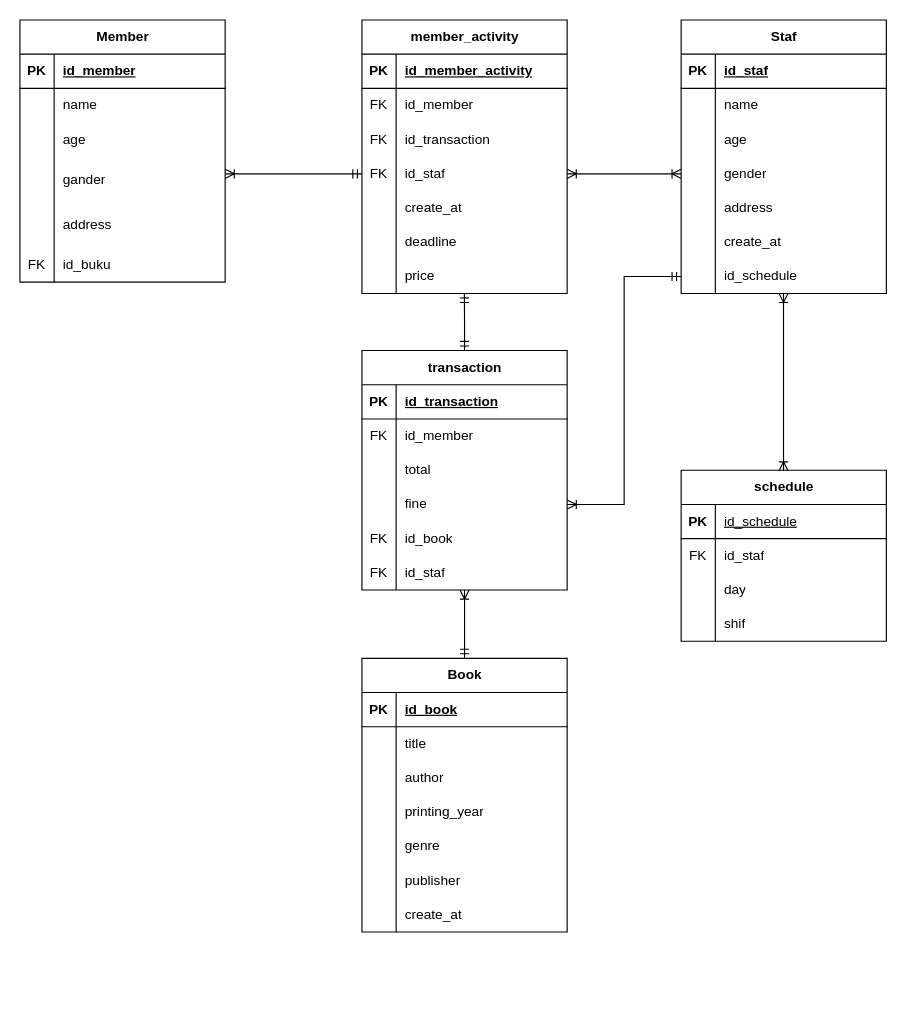
Earlier version of the draw.io diagram _Backend/Diagram Tanpa Judul.drawio (Haresz/_PURWADHIKA). Source tidied: cells renumbered, new cells numbered last; positions are measured from the earlier drawing's top-left corner, leaving out a move shared by most shapes. Both pictures are drawn from the tidied source at 114%, with x=0, y=0 at pixel (19, 19).
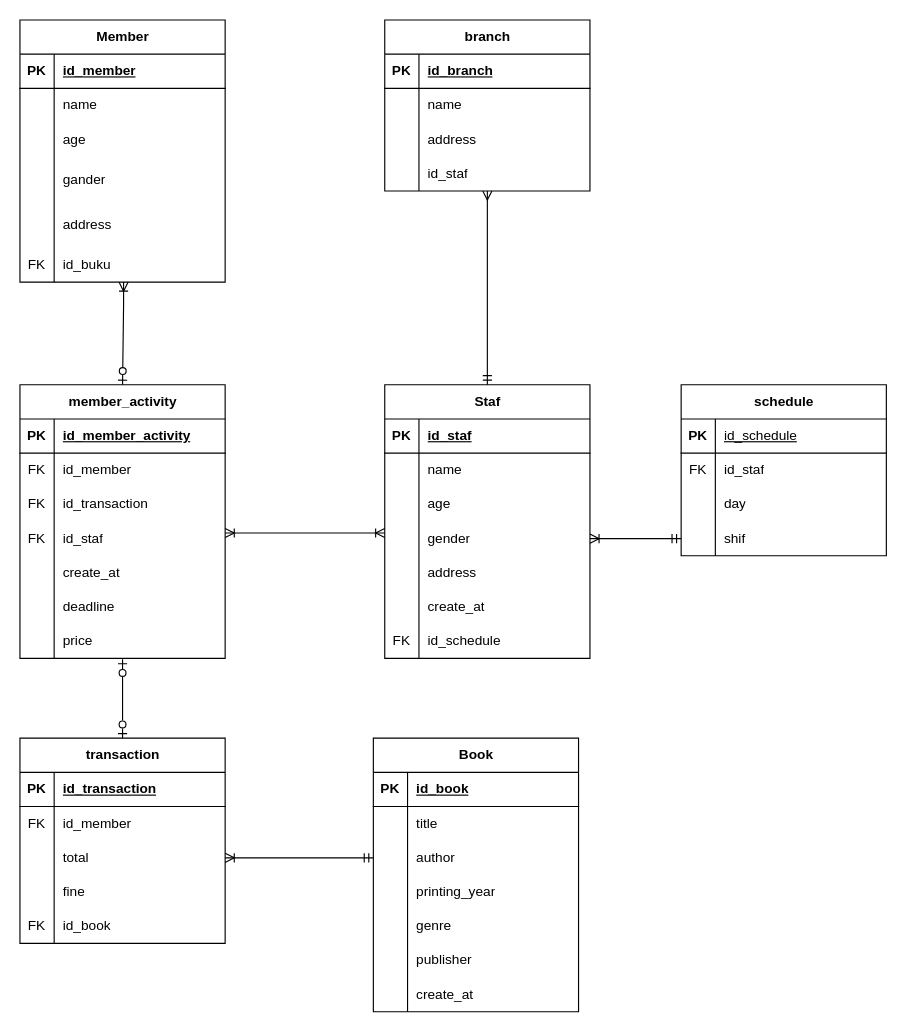
The same diagram, later.

The change refers to these unchanged cells:
```xml
<mxCell id="12" style="shape=tableRow;horizontal=0;startSize=0;swimlaneHead=0;swimlaneBody=0;fillColor=none;points=[[0,0.5],[1,0.5]];portConstraint=eastwest;top=0;left=0;right=0;bottom=0;" parent="2" vertex="1">
  <mxGeometry y="120" width="180" height="40" as="geometry" />
</mxCell>
<mxCell id="18" style="shape=tableRow;horizontal=0;startSize=0;swimlaneHead=0;swimlaneBody=0;fillColor=none;points=[[0,0.5],[1,0.5]];portConstraint=eastwest;top=0;left=0;right=0;bottom=0;" parent="2" vertex="1">
  <mxGeometry y="200" width="180" height="30" as="geometry" />
</mxCell>
<mxCell id="32" style="shape=tableRow;horizontal=0;startSize=0;swimlaneHead=0;swimlaneBody=0;fillColor=none;points=[[0,0.5],[1,0.5]];portConstraint=eastwest;top=0;left=0;right=0;bottom=0;" parent="25" vertex="1">
  <mxGeometry y="90" width="180" height="30" as="geometry" />
</mxCell>
<mxCell id="57" style="shape=tableRow;horizontal=0;startSize=0;swimlaneHead=0;swimlaneBody=0;fillColor=none;points=[[0,0.5],[1,0.5]];portConstraint=eastwest;top=0;left=0;right=0;bottom=0;" parent="47" vertex="1">
  <mxGeometry y="120" width="180" height="30" as="geometry" />
</mxCell>
<mxCell id="66" style="shape=tableRow;horizontal=0;startSize=0;swimlaneHead=0;swimlaneBody=0;fillColor=none;points=[[0,0.5],[1,0.5]];portConstraint=eastwest;top=0;left=0;right=0;bottom=0;" parent="47" vertex="1">
  <mxGeometry y="210" width="180" height="30" as="geometry" />
</mxCell>
<mxCell id="79" style="shape=tableRow;horizontal=0;startSize=0;swimlaneHead=0;swimlaneBody=0;fillColor=none;points=[[0,0.5],[1,0.5]];portConstraint=eastwest;top=0;left=0;right=0;bottom=0;" parent="69" vertex="1">
  <mxGeometry y="120" width="180" height="30" as="geometry" />
</mxCell>
<mxCell id="88" style="shape=tableRow;horizontal=0;startSize=0;swimlaneHead=0;swimlaneBody=0;fillColor=none;points=[[0,0.5],[1,0.5]];portConstraint=eastwest;top=0;left=0;right=0;bottom=0;" parent="69" vertex="1">
  <mxGeometry y="210" width="180" height="30" as="geometry" />
</mxCell>
<mxCell id="100" style="shape=tableRow;horizontal=0;startSize=0;swimlaneHead=0;swimlaneBody=0;fillColor=none;points=[[0,0.5],[1,0.5]];portConstraint=eastwest;top=0;left=0;right=0;bottom=0;" parent="93" vertex="1">
  <mxGeometry y="90" width="180" height="30" as="geometry" />
</mxCell>
<mxCell id="103" style="shape=tableRow;horizontal=0;startSize=0;swimlaneHead=0;swimlaneBody=0;fillColor=none;points=[[0,0.5],[1,0.5]];portConstraint=eastwest;top=0;left=0;right=0;bottom=0;" parent="93" vertex="1">
  <mxGeometry y="120" width="180" height="30" as="geometry" />
</mxCell>
<mxCell id="125" style="shape=tableRow;horizontal=0;startSize=0;swimlaneHead=0;swimlaneBody=0;fillColor=none;points=[[0,0.5],[1,0.5]];portConstraint=eastwest;top=0;left=0;right=0;bottom=0;" parent="115" vertex="1">
  <mxGeometry y="120" width="180" height="30" as="geometry" />
</mxCell>
```

Diff of the diagram source:
```diff
@@
     <mxCell id="25" value="Book" style="shape=table;startSize=30;childLayout=tableLayout;rowLines=0;fontStyle=1;align=center;html=1;" parent="1" vertex="1">
-      <mxGeometry x="300" y="560" width="180" height="240" as="geometry" />
+      <mxGeometry x="310" y="630" width="180" height="240" as="geometry" />
     </mxCell>
@@
     <mxCell id="47" value="Staf" style="shape=table;startSize=30;childLayout=tableLayout;rowLines=0;fontStyle=1;align=center;html=1;" parent="1" vertex="1">
-      <mxGeometry x="580" width="180" height="240" as="geometry" />
+      <mxGeometry x="320" y="320" width="180" height="240" as="geometry" />
     </mxCell>
@@
-    <mxCell id="67" style="shape=partialRectangle;fillColor=none;top=0;left=0;bottom=0;right=0;overflow=hidden;whiteSpace=wrap;html=1;" parent="66" vertex="1">
+    <mxCell id="67" value="FK" style="shape=partialRectangle;fillColor=none;top=0;left=0;bottom=0;right=0;overflow=hidden;whiteSpace=wrap;html=1;" parent="66" vertex="1">
       <mxGeometry width="30" height="30" as="geometry" />
     </mxCell>
@@
     <mxCell id="69" value="member_activity" style="shape=table;startSize=30;childLayout=tableLayout;rowLines=0;fontStyle=1;align=center;html=1;" parent="1" vertex="1">
-      <mxGeometry x="300" width="180" height="240" as="geometry" />
+      <mxGeometry y="320" width="180" height="240" as="geometry" />
     </mxCell>
@@
-    <mxCell id="91" style="edgeStyle=orthogonalEdgeStyle;rounded=0;jettySize=auto;html=1;entryX=0;entryY=0.5;entryDx=0;entryDy=0;startArrow=ERoneToMany;startFill=0;endArrow=ERmandOne;endFill=0;" parent="1" edge="1" source="12" target="79">
+    <mxCell id="91" style="edgeStyle=orthogonalEdgeStyle;rounded=0;jettySize=auto;html=1;startArrow=ERoneToMany;startFill=0;endArrow=ERzeroToOne;endFill=0;exitX=0.505;exitY=0.997;exitDx=0;exitDy=0;exitPerimeter=0;entryX=0.5;entryY=0;entryDx=0;entryDy=0;" parent="1" edge="1" source="18" target="69">
       <mxGeometry relative="1" as="geometry">
         <Array as="points">
-          <mxPoint x="210" y="135" />
-          <mxPoint x="210" y="135" />
+          <mxPoint x="91" y="250" />
+          <mxPoint x="90" y="250" />
         </Array>
       </mxGeometry>
     </mxCell>
-    <mxCell id="92" style="edgeStyle=orthogonalEdgeStyle;rounded=0;jettySize=auto;html=1;entryX=1;entryY=0.5;entryDx=0;entryDy=0;startArrow=ERoneToMany;startFill=0;endArrow=ERoneToMany;endFill=0;exitX=0;exitY=0.5;exitDx=0;exitDy=0;" parent="1" edge="1" source="57" target="79">
+    <mxCell id="92" style="edgeStyle=orthogonalEdgeStyle;rounded=0;orthogonalLoop=1;jettySize=auto;html=1;startArrow=ERoneToMany;startFill=0;endArrow=ERoneToMany;endFill=0;" parent="1" edge="1">
       <mxGeometry relative="1" as="geometry">
+        <mxPoint x="320" y="450" as="sourcePoint" />
+        <mxPoint x="180" y="450" as="targetPoint" />
         <Array as="points">
-          <mxPoint x="530" y="135" />
-          <mxPoint x="530" y="135" />
+          <mxPoint x="320" y="450" />
+          <mxPoint x="180" y="450" />
         </Array>
       </mxGeometry>
     </mxCell>
     <mxCell id="93" value="transaction" style="shape=table;startSize=30;childLayout=tableLayout;rowLines=0;fontStyle=1;align=center;html=1;" parent="1" vertex="1">
-      <mxGeometry x="300" y="290" width="180" height="210" as="geometry" />
+      <mxGeometry y="630" width="180" height="180" as="geometry" />
     </mxCell>
@@
-    <mxCell id="109" style="shape=tableRow;horizontal=0;startSize=0;swimlaneHead=0;swimlaneBody=0;fillColor=none;top=0;left=0;right=0;bottom=0;" parent="93" vertex="1">
-      <mxGeometry y="180" width="180" height="30" as="geometry" />
-    </mxCell>
-    <mxCell id="110" value="FK" style="shape=partialRectangle;fillColor=none;top=0;left=0;bottom=0;right=0;overflow=hidden;whiteSpace=wrap;html=1;" parent="109" vertex="1">
-      <mxGeometry width="30" height="30" as="geometry" />
-    </mxCell>
-    <mxCell id="111" value="id_staf" style="shape=partialRectangle;fillColor=none;top=0;left=0;bottom=0;right=0;align=left;spacingLeft=6;overflow=hidden;whiteSpace=wrap;html=1;" parent="109" vertex="1">
-      <mxGeometry x="30" width="150" height="30" as="geometry" />
-    </mxCell>
-    <mxCell id="112" style="edgeStyle=orthogonalEdgeStyle;rounded=0;jettySize=auto;html=1;entryX=0.499;entryY=0.995;entryDx=0;entryDy=0;entryPerimeter=0;startArrow=ERmandOne;startFill=0;endArrow=ERmandOne;endFill=0;" parent="1" edge="1" source="93" target="88">
+    <mxCell id="112" style="edgeStyle=orthogonalEdgeStyle;rounded=0;jettySize=auto;html=1;startArrow=ERzeroToOne;startFill=0;endArrow=ERzeroToOne;endFill=0;entryX=0.5;entryY=1.026;entryDx=0;entryDy=0;entryPerimeter=0;" parent="1" edge="1" source="93" target="88">
       <mxGeometry relative="1" as="geometry" />
     </mxCell>
-    <mxCell id="113" style="edgeStyle=orthogonalEdgeStyle;rounded=0;jettySize=auto;html=1;startArrow=ERmandOne;startFill=0;endArrow=ERoneToMany;endFill=0;" parent="1" edge="1" source="25">
-      <mxGeometry relative="1" as="geometry">
-        <mxPoint x="390" y="500" as="targetPoint" />
-      </mxGeometry>
+    <mxCell id="113" style="edgeStyle=orthogonalEdgeStyle;rounded=0;jettySize=auto;html=1;startArrow=ERmandOne;startFill=0;endArrow=ERoneToMany;endFill=0;entryX=1;entryY=0.5;entryDx=0;entryDy=0;" parent="1" edge="1" source="32" target="100">
+      <mxGeometry relative="1" as="geometry" />
     </mxCell>
-    <mxCell id="114" style="edgeStyle=orthogonalEdgeStyle;rounded=0;jettySize=auto;html=1;entryX=1;entryY=0.5;entryDx=0;entryDy=0;startArrow=ERmandOne;startFill=0;endArrow=ERoneToMany;endFill=0;" parent="1" edge="1" source="66" target="103">
-      <mxGeometry relative="1" as="geometry" />
-    </mxCell>
     <mxCell id="115" value="schedule" style="shape=table;startSize=30;childLayout=tableLayout;rowLines=0;fontStyle=1;align=center;html=1;" parent="1" vertex="1">
-      <mxGeometry x="580" y="395" width="180" height="150" as="geometry" />
+      <mxGeometry x="580" y="320" width="180" height="150" as="geometry" />
     </mxCell>
@@
-    <mxCell id="128" style="edgeStyle=orthogonalEdgeStyle;rounded=0;jettySize=auto;html=1;exitX=0.5;exitY=0;exitDx=0;exitDy=0;entryX=0.499;entryY=0.994;entryDx=0;entryDy=0;entryPerimeter=0;startArrow=ERoneToMany;startFill=0;endArrow=ERoneToMany;endFill=0;" parent="1" edge="1" target="66">
-      <mxGeometry relative="1" as="geometry">
-        <mxPoint x="669.8" y="395.6" as="sourcePoint" />
-        <Array as="points">
-          <mxPoint x="670" y="246" />
-        </Array>
-      </mxGeometry>
+    <mxCell id="128" style="edgeStyle=orthogonalEdgeStyle;rounded=0;jettySize=auto;html=1;exitX=0;exitY=0.5;exitDx=0;exitDy=0;startArrow=ERmandOne;startFill=0;endArrow=ERoneToMany;endFill=0;entryX=1;entryY=0.5;entryDx=0;entryDy=0;" parent="1" edge="1" source="125" target="57">
+      <mxGeometry relative="1" as="geometry" />
     </mxCell>
+    <mxCell id="129" style="edgeStyle=orthogonalEdgeStyle;rounded=0;jettySize=auto;html=1;startArrow=ERmany;startFill=0;endArrow=ERmandOne;endFill=0;" parent="1" edge="1" source="130" target="47">
+      <mxGeometry relative="1" as="geometry" />
+    </mxCell>
+    <mxCell id="130" value="branch" style="shape=table;startSize=30;childLayout=tableLayout;rowLines=0;fontStyle=1;align=center;html=1;" parent="1" vertex="1">
+      <mxGeometry x="320" width="180" height="150" as="geometry" />
+    </mxCell>
+    <mxCell id="131" style="shape=tableRow;horizontal=0;startSize=0;swimlaneHead=0;swimlaneBody=0;fillColor=none;top=0;left=0;right=0;bottom=1;" parent="130" vertex="1">
+      <mxGeometry y="30" width="180" height="30" as="geometry" />
+    </mxCell>
+    <mxCell id="132" value="PK" style="shape=partialRectangle;fillColor=none;top=0;left=0;bottom=0;right=0;fontStyle=1;overflow=hidden;whiteSpace=wrap;html=1;" parent="131" vertex="1">
+      <mxGeometry width="30" height="30" as="geometry" />
+    </mxCell>
+    <mxCell id="133" value="id_branch" style="shape=partialRectangle;fillColor=none;top=0;left=0;bottom=0;right=0;align=left;spacingLeft=6;fontStyle=5;overflow=hidden;whiteSpace=wrap;html=1;" parent="131" vertex="1">
+      <mxGeometry x="30" width="150" height="30" as="geometry" />
+    </mxCell>
+    <mxCell id="134" style="shape=tableRow;horizontal=0;startSize=0;swimlaneHead=0;swimlaneBody=0;fillColor=none;top=0;left=0;right=0;bottom=0;" parent="130" vertex="1">
+      <mxGeometry y="60" width="180" height="30" as="geometry" />
+    </mxCell>
+    <mxCell id="135" style="shape=partialRectangle;fillColor=none;top=0;left=0;bottom=0;right=0;overflow=hidden;whiteSpace=wrap;html=1;" parent="134" vertex="1">
+      <mxGeometry width="30" height="30" as="geometry" />
+    </mxCell>
+    <mxCell id="136" value="name" style="shape=partialRectangle;fillColor=none;top=0;left=0;bottom=0;right=0;align=left;spacingLeft=6;overflow=hidden;whiteSpace=wrap;html=1;" parent="134" vertex="1">
+      <mxGeometry x="30" width="150" height="30" as="geometry" />
+    </mxCell>
+    <mxCell id="137" style="shape=tableRow;horizontal=0;startSize=0;swimlaneHead=0;swimlaneBody=0;fillColor=none;top=0;left=0;right=0;bottom=0;" parent="130" vertex="1">
+      <mxGeometry y="90" width="180" height="30" as="geometry" />
+    </mxCell>
+    <mxCell id="138" style="shape=partialRectangle;fillColor=none;top=0;left=0;bottom=0;right=0;overflow=hidden;whiteSpace=wrap;html=1;" parent="137" vertex="1">
+      <mxGeometry width="30" height="30" as="geometry" />
+    </mxCell>
+    <mxCell id="139" value="address" style="shape=partialRectangle;fillColor=none;top=0;left=0;bottom=0;right=0;align=left;spacingLeft=6;overflow=hidden;whiteSpace=wrap;html=1;" parent="137" vertex="1">
+      <mxGeometry x="30" width="150" height="30" as="geometry" />
+    </mxCell>
+    <mxCell id="140" style="shape=tableRow;horizontal=0;startSize=0;swimlaneHead=0;swimlaneBody=0;fillColor=none;top=0;left=0;right=0;bottom=0;" parent="130" vertex="1">
+      <mxGeometry y="120" width="180" height="30" as="geometry" />
+    </mxCell>
+    <mxCell id="141" style="shape=partialRectangle;fillColor=none;top=0;left=0;bottom=0;right=0;overflow=hidden;whiteSpace=wrap;html=1;" parent="140" vertex="1">
+      <mxGeometry width="30" height="30" as="geometry" />
+    </mxCell>
+    <mxCell id="111" value="id_staf" style="shape=partialRectangle;fillColor=none;top=0;left=0;bottom=0;right=0;align=left;spacingLeft=6;overflow=hidden;whiteSpace=wrap;html=1;" parent="140" vertex="1">
+      <mxGeometry x="30" width="150" height="30" as="geometry" />
+    </mxCell>
```
